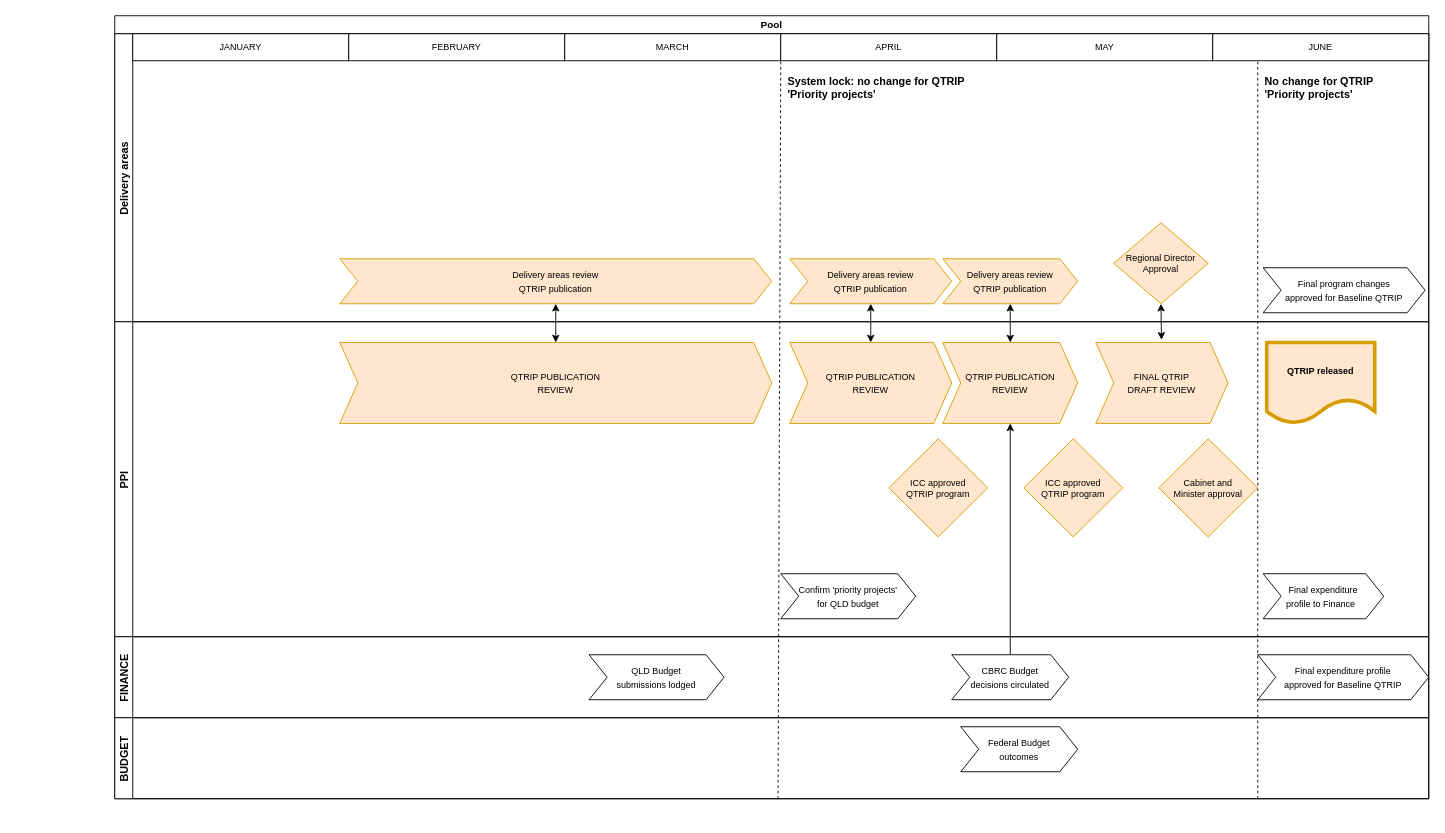
Before: page "QTRIP" (1 of 3) of Untitled Diagram.drawio in tzforster/great-suppository-name, a draw.io diagram. Source tidied: cells renumbered, new cells numbered last; positions are measured from the earlier drawing's top-left corner, leaving out a move shared by most shapes. Both pictures are drawn from the tidied source at 90%, with x=0, y=0 at pixel (114, 15).
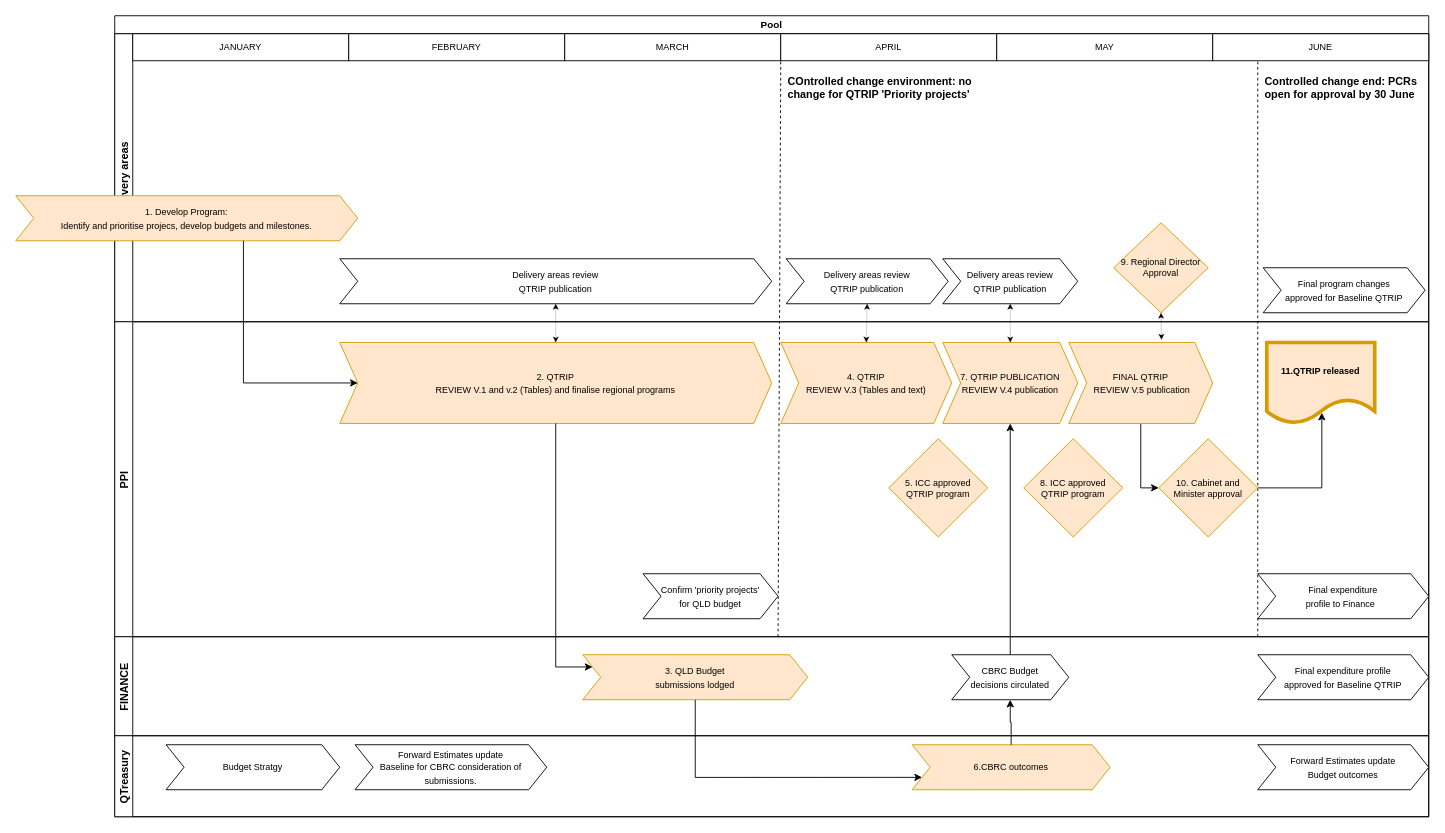
After the change.

Unchanged cells that the change refers to:
```xml
<mxCell id="3" value="Delivery areas" style="swimlane;startSize=20;horizontal=0;" parent="2" vertex="1">
  <mxGeometry y="20" width="1460" height="320" as="geometry" />
</mxCell>
<mxCell id="8" value="APRIL" style="rounded=0;whiteSpace=wrap;html=1;fontSize=10;" parent="3" vertex="1">
  <mxGeometry x="740" width="240" height="30" as="geometry" />
</mxCell>
<mxCell id="19" value="PPI" style="swimlane;startSize=20;horizontal=0;" parent="2" vertex="1">
  <mxGeometry y="340" width="1460" height="350" as="geometry" />
</mxCell>
<mxCell id="32" value="&lt;span style=&quot;font-size: 10px;&quot;&gt;CBRC Budget&lt;br&gt;decisions circulated&lt;/span&gt;" style="shape=step;perimeter=stepPerimeter;whiteSpace=wrap;html=1;fixedSize=1;" parent="30" vertex="1">
  <mxGeometry x="930" y="20" width="130" height="50" as="geometry" />
</mxCell>
```

Diff of the diagram source:
```diff
@@
     <mxCell id="2" value="Pool" style="swimlane;horizontal=1;startSize=20;fontSize=11;" parent="1" vertex="1">
-      <mxGeometry width="1460" height="870" as="geometry" />
+      <mxGeometry width="1460" height="890" as="geometry" />
     </mxCell>
@@
-    <mxCell id="11" value="Regional Director&lt;br&gt;Approval" style="rhombus;whiteSpace=wrap;html=1;fontSize=10;fillColor=#ffe6cc;strokeColor=#d79b00;" parent="3" vertex="1">
-      <mxGeometry x="1110" y="210" width="105" height="90" as="geometry" />
+    <mxCell id="11" value="9. Regional Director&lt;br&gt;Approval" style="rhombus;whiteSpace=wrap;html=1;fontSize=10;fillColor=#ffe6cc;strokeColor=#d79b00;" parent="3" vertex="1">
+      <mxGeometry x="1110" y="210" width="105" height="100" as="geometry" />
     </mxCell>
-    <mxCell id="12" value="&lt;span style=&quot;font-size: 10px;&quot;&gt;Delivery areas review&lt;br&gt;QTRIP publication&lt;/span&gt;" style="shape=step;perimeter=stepPerimeter;whiteSpace=wrap;html=1;fixedSize=1;fillColor=#ffe6cc;strokeColor=#d79b00;" parent="3" vertex="1">
-      <mxGeometry x="750" y="250" width="180" height="50" as="geometry" />
+    <mxCell id="12" value="&lt;span style=&quot;font-size: 10px;&quot;&gt;Delivery areas review&lt;br&gt;QTRIP publication&lt;/span&gt;" style="shape=step;perimeter=stepPerimeter;whiteSpace=wrap;html=1;fixedSize=1;" parent="3" vertex="1">
+      <mxGeometry x="746" y="250" width="180" height="50" as="geometry" />
     </mxCell>
-    <mxCell id="13" value="&lt;span style=&quot;font-size: 10px;&quot;&gt;Delivery areas review&lt;br&gt;QTRIP publication&lt;/span&gt;" style="shape=step;perimeter=stepPerimeter;whiteSpace=wrap;html=1;fixedSize=1;fillColor=#ffe6cc;strokeColor=#d79b00;" parent="3" vertex="1">
+    <mxCell id="13" value="&lt;span style=&quot;font-size: 10px;&quot;&gt;Delivery areas review&lt;br&gt;QTRIP publication&lt;/span&gt;" style="shape=step;perimeter=stepPerimeter;whiteSpace=wrap;html=1;fixedSize=1;" parent="3" vertex="1">
       <mxGeometry x="250" y="250" width="480" height="50" as="geometry" />
     </mxCell>
-    <mxCell id="14" value="&lt;span style=&quot;font-size: 10px;&quot;&gt;Delivery areas review&lt;br&gt;QTRIP publication&lt;/span&gt;" style="shape=step;perimeter=stepPerimeter;whiteSpace=wrap;html=1;fixedSize=1;fillColor=#ffe6cc;strokeColor=#d79b00;" parent="3" vertex="1">
+    <mxCell id="14" value="&lt;span style=&quot;font-size: 10px;&quot;&gt;Delivery areas review&lt;br&gt;QTRIP publication&lt;/span&gt;" style="shape=step;perimeter=stepPerimeter;whiteSpace=wrap;html=1;fixedSize=1;" parent="3" vertex="1">
       <mxGeometry x="920" y="250" width="150" height="50" as="geometry" />
     </mxCell>
     <mxCell id="15" style="endArrow=none;dashed=1;html=1;rounded=0;strokeWidth=1;fontSize=10;endSize=6;entryX=0;entryY=1;entryDx=0;entryDy=0;" parent="3" edge="1">
       <mxGeometry relative="1" as="geometry">
-        <mxPoint x="1270" y="850" as="sourcePoint" />
+        <mxPoint x="1270" y="670" as="sourcePoint" />
         <mxPoint x="1270" y="30" as="targetPoint" />
       </mxGeometry>
     </mxCell>
-    <mxCell id="16" value="System lock: no change for QTRIP&lt;br style=&quot;font-size: 12px;&quot;&gt;'Priority projects'" style="text;html=1;strokeColor=none;fillColor=none;align=left;verticalAlign=middle;whiteSpace=wrap;rounded=0;fontSize=12;fontStyle=1;" parent="3" vertex="1">
+    <mxCell id="16" value="COntrolled change environment: no change for QTRIP 'Priority projects'" style="text;html=1;strokeColor=none;fillColor=none;align=left;verticalAlign=middle;whiteSpace=wrap;rounded=0;fontSize=12;fontStyle=1;" parent="3" vertex="1">
       <mxGeometry x="746" y="40" width="214" height="40" as="geometry" />
     </mxCell>
-    <mxCell id="17" value="No change for QTRIP&lt;br style=&quot;font-size: 12px;&quot;&gt;'Priority projects'" style="text;html=1;strokeColor=none;fillColor=none;align=left;verticalAlign=middle;whiteSpace=wrap;rounded=0;fontSize=12;fontStyle=1;" parent="3" vertex="1">
-      <mxGeometry x="1276" y="40" width="130" height="40" as="geometry" />
+    <mxCell id="17" value="Controlled change end: PCRs open for approval by 30 June" style="text;html=1;strokeColor=none;fillColor=none;align=left;verticalAlign=middle;whiteSpace=wrap;rounded=0;fontSize=12;fontStyle=1;" parent="3" vertex="1">
+      <mxGeometry x="1276" y="40" width="174" height="40" as="geometry" />
     </mxCell>
+    <mxCell id="41" value="&lt;span style=&quot;font-size: 10px;&quot;&gt;1. Develop Program:&lt;br&gt;Identify and prioritise projecs, develop budgets and milestones.&lt;br&gt;&lt;/span&gt;" style="shape=step;perimeter=stepPerimeter;whiteSpace=wrap;html=1;fixedSize=1;fillColor=#ffe6cc;strokeColor=#d79b00;" parent="3" vertex="1">
+      <mxGeometry x="-110" y="180" width="380" height="50" as="geometry" />
+    </mxCell>
-    <mxCell id="18" style="endArrow=classic;startArrow=classic;html=1;rounded=0;strokeWidth=1;fontSize=10;endSize=6;entryX=0.5;entryY=1;entryDx=0;entryDy=0;" parent="2" edge="1" target="11">
+    <mxCell id="18" style="endArrow=classic;startArrow=classic;html=1;rounded=0;strokeWidth=0.2;fontSize=10;endSize=6;entryX=0.5;entryY=1;entryDx=0;entryDy=0;" parent="2" edge="1" target="11">
       <mxGeometry relative="1" as="geometry">
         <mxPoint x="1163" y="360" as="sourcePoint" />
       </mxGeometry>
     </mxCell>
@@
     <mxCell id="20" value="&lt;span style=&quot;font-size: 10px;&quot;&gt;Final expenditure&lt;br&gt;profile to Finance&amp;nbsp;&amp;nbsp;&lt;/span&gt;" style="shape=step;perimeter=stepPerimeter;whiteSpace=wrap;html=1;fixedSize=1;" parent="19" vertex="1">
-      <mxGeometry x="1276" y="280" width="134" height="50" as="geometry" />
+      <mxGeometry x="1270" y="280" width="190" height="50" as="geometry" />
     </mxCell>
-    <mxCell id="21" value="QTRIP released" style="shape=document;whiteSpace=wrap;html=1;boundedLbl=1;fontSize=10;fillColor=#ffe6cc;strokeColor=#d79b00;fontStyle=1;strokeWidth=4;" parent="19" vertex="1">
+    <mxCell id="21" value="11.QTRIP released" style="shape=document;whiteSpace=wrap;html=1;boundedLbl=1;fontSize=10;fillColor=#ffe6cc;strokeColor=#d79b00;fontStyle=1;strokeWidth=4;" parent="19" vertex="1">
       <mxGeometry x="1280" y="23" width="120" height="90" as="geometry" />
     </mxCell>
-    <mxCell id="22" value="&lt;span style=&quot;font-size: 10px;&quot;&gt;QTRIP PUBLICATION&lt;br&gt;REVIEW&lt;/span&gt;" style="shape=step;perimeter=stepPerimeter;whiteSpace=wrap;html=1;fixedSize=1;fillColor=#ffe6cc;strokeColor=#d79b00;" parent="19" vertex="1">
+    <mxCell id="22" value="&lt;span style=&quot;font-size: 10px;&quot;&gt;7. QTRIP PUBLICATION&lt;br&gt;REVIEW V.4 publication&lt;/span&gt;" style="shape=step;perimeter=stepPerimeter;whiteSpace=wrap;html=1;fixedSize=1;fillColor=#ffe6cc;strokeColor=#d79b00;" parent="19" vertex="1">
       <mxGeometry x="920" y="23" width="150" height="90" as="geometry" />
     </mxCell>
+    <mxCell id="42" style="edgeStyle=orthogonalEdgeStyle;rounded=0;jettySize=auto;html=1;entryX=0;entryY=0.5;entryDx=0;entryDy=0;strokeWidth=1;fontFamily=Helvetica;fontSize=10;fontColor=#000000;" parent="19" edge="1" source="23" target="29">
+      <mxGeometry relative="1" as="geometry" />
+    </mxCell>
-    <mxCell id="23" value="&lt;span style=&quot;font-size: 10px;&quot;&gt;FINAL QTRIP&lt;br&gt;DRAFT REVIEW&lt;/span&gt;" style="shape=step;perimeter=stepPerimeter;whiteSpace=wrap;html=1;fixedSize=1;fillColor=#ffe6cc;strokeColor=#d79b00;" parent="19" vertex="1">
-      <mxGeometry x="1090" y="23" width="147" height="90" as="geometry" />
+    <mxCell id="23" value="&lt;span style=&quot;font-size: 10px;&quot;&gt;FINAL QTRIP&lt;br&gt;&amp;nbsp;REVIEW V.5 publication&lt;/span&gt;" style="shape=step;perimeter=stepPerimeter;whiteSpace=wrap;html=1;fixedSize=1;fillColor=#ffe6cc;strokeColor=#d79b00;" parent="19" vertex="1">
+      <mxGeometry x="1060" y="23" width="160" height="90" as="geometry" />
     </mxCell>
-    <mxCell id="24" value="ICC approved&lt;br&gt;QTRIP program" style="rhombus;whiteSpace=wrap;html=1;fontSize=10;fillColor=#ffe6cc;strokeColor=#d79b00;" parent="19" vertex="1">
+    <mxCell id="24" value="8. ICC approved&lt;br&gt;QTRIP program" style="rhombus;whiteSpace=wrap;html=1;fontSize=10;fillColor=#ffe6cc;strokeColor=#d79b00;" parent="19" vertex="1">
       <mxGeometry x="1010" y="130" width="110" height="109.1" as="geometry" />
     </mxCell>
-    <mxCell id="25" value="&lt;span style=&quot;font-size: 10px;&quot;&gt;QTRIP PUBLICATION&lt;br&gt;REVIEW&lt;/span&gt;" style="shape=step;perimeter=stepPerimeter;whiteSpace=wrap;html=1;fixedSize=1;fillColor=#ffe6cc;strokeColor=#d79b00;" parent="19" vertex="1">
-      <mxGeometry x="750" y="23" width="180" height="90" as="geometry" />
+    <mxCell id="25" value="&lt;span style=&quot;font-size: 10px;&quot;&gt;4. QTRIP&lt;br&gt;REVIEW V.3 (Tables and text)&lt;/span&gt;" style="shape=step;perimeter=stepPerimeter;whiteSpace=wrap;html=1;fixedSize=1;fillColor=#ffe6cc;strokeColor=#d79b00;" parent="19" vertex="1">
+      <mxGeometry x="740" y="23" width="190" height="90" as="geometry" />
     </mxCell>
-    <mxCell id="26" value="ICC approved&lt;br&gt;QTRIP program" style="rhombus;whiteSpace=wrap;html=1;fontSize=10;fillColor=#ffe6cc;strokeColor=#d79b00;" parent="19" vertex="1">
+    <mxCell id="26" value="5. ICC approved&lt;br&gt;QTRIP program" style="rhombus;whiteSpace=wrap;html=1;fontSize=10;fillColor=#ffe6cc;strokeColor=#d79b00;" parent="19" vertex="1">
       <mxGeometry x="860" y="130" width="110" height="109.1" as="geometry" />
     </mxCell>
     <mxCell id="27" value="&lt;span style=&quot;font-size: 10px;&quot;&gt;Confirm 'priority projects'&lt;br&gt;for QLD budget&lt;/span&gt;" style="shape=step;perimeter=stepPerimeter;whiteSpace=wrap;html=1;fixedSize=1;" parent="19" vertex="1">
-      <mxGeometry x="740" y="280" width="150" height="50" as="geometry" />
+      <mxGeometry x="587" y="280" width="150" height="50" as="geometry" />
     </mxCell>
-    <mxCell id="28" value="&lt;span style=&quot;font-size: 10px;&quot;&gt;QTRIP PUBLICATION&lt;br&gt;REVIEW&lt;/span&gt;" style="shape=step;perimeter=stepPerimeter;whiteSpace=wrap;html=1;fixedSize=1;fillColor=#ffe6cc;strokeColor=#d79b00;" parent="19" vertex="1">
+    <mxCell id="28" value="&lt;span style=&quot;font-size: 10px;&quot;&gt;2. QTRIP&lt;br&gt;REVIEW V.1 and v.2 (Tables) and finalise regional programs&lt;/span&gt;" style="shape=step;perimeter=stepPerimeter;whiteSpace=wrap;html=1;fixedSize=1;fillColor=#ffe6cc;strokeColor=#d79b00;" parent="19" vertex="1">
       <mxGeometry x="250" y="23" width="480" height="90" as="geometry" />
     </mxCell>
+    <mxCell id="43" style="edgeStyle=orthogonalEdgeStyle;rounded=0;jettySize=auto;html=1;entryX=0.51;entryY=0.867;entryDx=0;entryDy=0;entryPerimeter=0;strokeWidth=1;fontFamily=Helvetica;fontSize=10;fontColor=#000000;" parent="19" edge="1" source="29" target="21">
+      <mxGeometry relative="1" as="geometry" />
+    </mxCell>
-    <mxCell id="29" value="Cabinet and&lt;br&gt;Minister approval" style="rhombus;whiteSpace=wrap;html=1;fontSize=10;fillColor=#ffe6cc;strokeColor=#d79b00;" parent="19" vertex="1">
+    <mxCell id="29" value="10. Cabinet and&lt;br&gt;Minister approval" style="rhombus;whiteSpace=wrap;html=1;fontSize=10;fillColor=#ffe6cc;strokeColor=#d79b00;" parent="19" vertex="1">
       <mxGeometry x="1160" y="130" width="110" height="109.1" as="geometry" />
     </mxCell>
     <mxCell id="30" value="FINANCE" style="swimlane;startSize=20;horizontal=0;" parent="2" vertex="1">
-      <mxGeometry y="690" width="1460" height="90" as="geometry" />
+      <mxGeometry y="690" width="1460" height="110" as="geometry" />
     </mxCell>
@@
-    <mxCell id="33" value="&lt;span style=&quot;font-size: 10px;&quot;&gt;QLD Budget&lt;br&gt;submissions lodged&lt;/span&gt;" style="shape=step;perimeter=stepPerimeter;whiteSpace=wrap;html=1;fixedSize=1;" parent="30" vertex="1">
-      <mxGeometry x="527" y="20" width="150" height="50" as="geometry" />
+    <mxCell id="33" value="&lt;span style=&quot;font-size: 10px;&quot;&gt;3. QLD Budget&lt;br&gt;submissions lodged&lt;/span&gt;" style="shape=step;perimeter=stepPerimeter;whiteSpace=wrap;html=1;fixedSize=1;fillColor=#ffe6cc;strokeColor=#d79b00;" parent="30" vertex="1">
+      <mxGeometry x="520" y="20" width="250" height="50" as="geometry" />
     </mxCell>
-    <mxCell id="34" value="BUDGET" style="swimlane;startSize=20;horizontal=0;" parent="2" vertex="1">
-      <mxGeometry y="780" width="1460" height="90" as="geometry" />
+    <mxCell id="34" value="QTreasury" style="swimlane;startSize=20;horizontal=0;" parent="2" vertex="1">
+      <mxGeometry y="800" width="1460" height="90" as="geometry" />
     </mxCell>
-    <mxCell id="35" value="&lt;span style=&quot;font-size: 10px;&quot;&gt;Federal Budget&lt;br&gt;outcomes&lt;/span&gt;" style="shape=step;perimeter=stepPerimeter;whiteSpace=wrap;html=1;fixedSize=1;" parent="34" vertex="1">
-      <mxGeometry x="940" y="10" width="130" height="50" as="geometry" />
-    </mxCell>
+    <mxCell id="44" value="&lt;span style=&quot;font-size: 10px;&quot;&gt;Budget Stratgy&lt;/span&gt;" style="shape=step;perimeter=stepPerimeter;whiteSpace=wrap;html=1;fixedSize=1;" parent="34" vertex="1">
+      <mxGeometry x="57" y="10" width="193" height="50" as="geometry" />
+    </mxCell>
+    <mxCell id="45" value="&lt;span style=&quot;font-size: 10px;&quot;&gt;Forward Estim&lt;/span&gt;&lt;font style=&quot;font-size: 10px;&quot;&gt;ates update&lt;br&gt;&lt;span style=&quot;text-align: left; background-color: rgb(255, 255, 255);&quot;&gt;Baseline for CBRC consideration of submissions.&lt;/span&gt;&lt;/font&gt;&lt;span style=&quot;font-size: 10px;&quot;&gt;&lt;br&gt;&lt;/span&gt;" style="shape=step;perimeter=stepPerimeter;whiteSpace=wrap;html=1;fixedSize=1;" parent="34" vertex="1">
+      <mxGeometry x="267" y="10" width="213" height="50" as="geometry" />
+    </mxCell>
+    <mxCell id="46" value="&lt;span style=&quot;font-size: 10px;&quot;&gt;6.CBRC outcomes&lt;/span&gt;" style="shape=step;perimeter=stepPerimeter;whiteSpace=wrap;html=1;fixedSize=1;fillColor=#ffe6cc;strokeColor=#d79b00;" parent="34" vertex="1">
+      <mxGeometry x="886" y="10" width="220" height="50" as="geometry" />
+    </mxCell>
+    <mxCell id="47" value="&lt;span style=&quot;font-size: 10px;&quot;&gt;Forward Estim&lt;/span&gt;&lt;font style=&quot;font-size: 10px;&quot;&gt;ates update&lt;br&gt;&lt;/font&gt;&lt;span style=&quot;font-size: 10px;&quot;&gt;Budget outcomes&lt;br&gt;&lt;/span&gt;" style="shape=step;perimeter=stepPerimeter;whiteSpace=wrap;html=1;fixedSize=1;" parent="34" vertex="1">
+      <mxGeometry x="1270" y="10" width="190" height="50" as="geometry" />
+    </mxCell>
@@
-    <mxCell id="37" style="endArrow=classic;startArrow=classic;html=1;rounded=0;strokeWidth=1;fontSize=10;endSize=6;entryX=0.5;entryY=1;entryDx=0;entryDy=0;exitX=0.5;exitY=0;exitDx=0;exitDy=0;" parent="2" edge="1" source="28" target="13">
+    <mxCell id="37" style="endArrow=classic;startArrow=classic;html=1;rounded=0;strokeWidth=0.2;fontSize=10;endSize=6;entryX=0.5;entryY=1;entryDx=0;entryDy=0;exitX=0.5;exitY=0;exitDx=0;exitDy=0;" parent="2" edge="1" source="28" target="13">
       <mxGeometry relative="1" as="geometry" />
     </mxCell>
-    <mxCell id="38" style="endArrow=classic;startArrow=classic;html=1;rounded=0;strokeWidth=1;fontSize=10;endSize=6;entryX=0.5;entryY=1;entryDx=0;entryDy=0;exitX=0.5;exitY=0;exitDx=0;exitDy=0;" parent="2" edge="1" source="25" target="12">
+    <mxCell id="38" style="endArrow=classic;startArrow=classic;html=1;rounded=0;strokeWidth=0.2;fontSize=10;endSize=6;entryX=0.5;entryY=1;entryDx=0;entryDy=0;exitX=0.5;exitY=0;exitDx=0;exitDy=0;" parent="2" edge="1" source="25" target="12">
       <mxGeometry relative="1" as="geometry" />
     </mxCell>
-    <mxCell id="39" style="endArrow=classic;startArrow=classic;html=1;rounded=0;strokeWidth=1;fontSize=10;endSize=6;entryX=0.5;entryY=1;entryDx=0;entryDy=0;exitX=0.5;exitY=0;exitDx=0;exitDy=0;" parent="2" edge="1" source="22" target="14">
+    <mxCell id="39" style="endArrow=classic;startArrow=classic;html=1;rounded=0;strokeWidth=0.2;fontSize=10;endSize=6;entryX=0.5;entryY=1;entryDx=0;entryDy=0;exitX=0.5;exitY=0;exitDx=0;exitDy=0;" parent="2" edge="1" source="22" target="14">
       <mxGeometry relative="1" as="geometry" />
     </mxCell>
+    <mxCell id="48" style="edgeStyle=orthogonalEdgeStyle;rounded=0;jettySize=auto;html=1;entryX=0;entryY=0.75;entryDx=0;entryDy=0;fontFamily=Helvetica;fontSize=10;fontColor=#000000;" parent="2" edge="1" source="33" target="46">
+      <mxGeometry relative="1" as="geometry">
+        <Array as="points">
+          <mxPoint x="645" y="846" />
+        </Array>
+      </mxGeometry>
+    </mxCell>
+    <mxCell id="49" style="edgeStyle=orthogonalEdgeStyle;rounded=0;jettySize=auto;html=1;entryX=0.5;entryY=1;entryDx=0;entryDy=0;fontFamily=Helvetica;fontSize=10;fontColor=#000000;" parent="2" edge="1" source="46" target="32">
+      <mxGeometry relative="1" as="geometry" />
+    </mxCell>
+    <mxCell id="50" style="edgeStyle=orthogonalEdgeStyle;rounded=0;jettySize=auto;html=1;entryX=0;entryY=0.25;entryDx=0;entryDy=0;fontFamily=Helvetica;fontSize=10;fontColor=#000000;" parent="2" edge="1" source="28" target="33">
+      <mxGeometry relative="1" as="geometry">
+        <Array as="points">
+          <mxPoint x="490" y="724" />
+          <mxPoint x="531" y="724" />
+        </Array>
+      </mxGeometry>
+    </mxCell>
+    <mxCell id="51" style="edgeStyle=orthogonalEdgeStyle;rounded=0;jettySize=auto;html=1;entryX=0;entryY=0.5;entryDx=0;entryDy=0;fontFamily=Helvetica;fontSize=10;fontColor=#000000;" parent="2" edge="1" source="41" target="28">
+      <mxGeometry relative="1" as="geometry">
+        <Array as="points">
+          <mxPoint x="143" y="408" />
+        </Array>
+      </mxGeometry>
+    </mxCell>
     <mxCell id="40" style="endArrow=none;dashed=1;html=1;rounded=0;strokeWidth=1;fontSize=10;endSize=6;entryX=0;entryY=1;entryDx=0;entryDy=0;" parent="1" edge="1" target="8">
       <mxGeometry relative="1" as="geometry">
-        <mxPoint x="737" y="870" as="sourcePoint" />
+        <mxPoint x="737" y="690" as="sourcePoint" />
       </mxGeometry>
     </mxCell>
```
